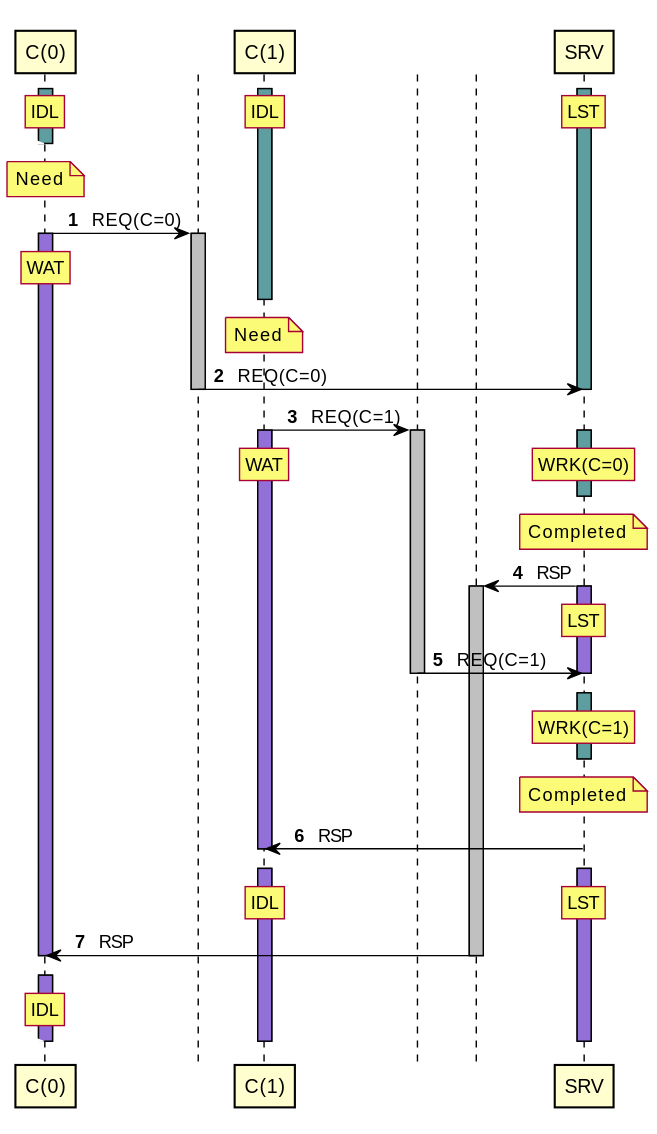
Earlier version of the PlantUML export tests/expected/test_clients_server/sequence.svg (orenbenkiki/total-space).
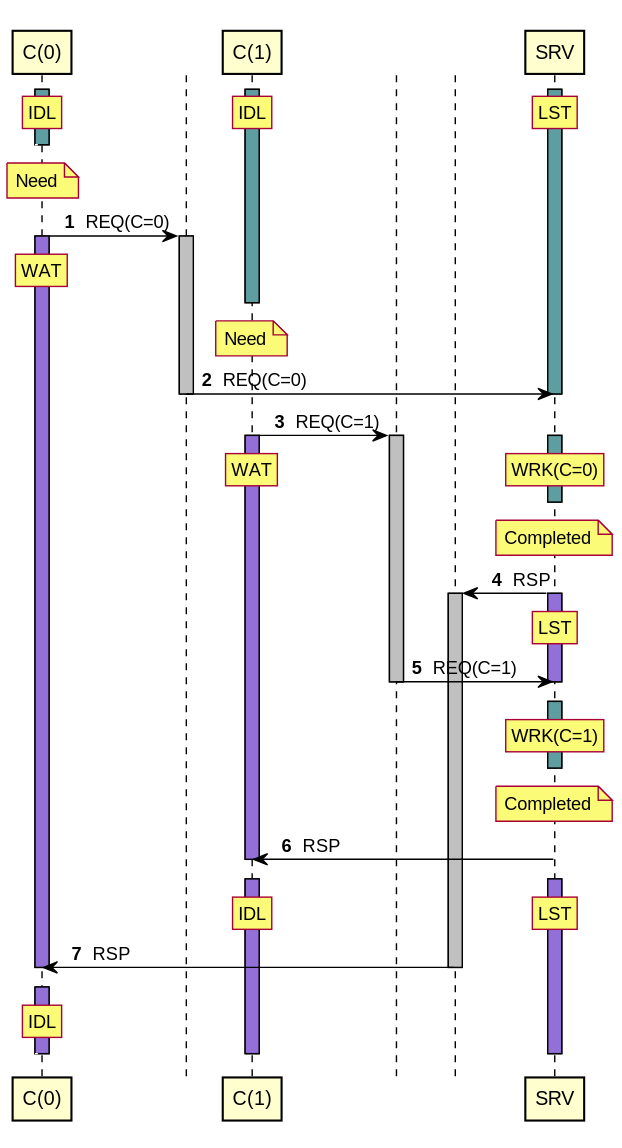
The same diagram one commit later.

What changed in the source:
```diff
@@ -20,7 +20,7 @@
 / rnote over A1 : IDL
 / rnote over A2 : LST
 autonumber stop
-[-[#White]\ A0
+[<[#White]-- A0
 autonumber resume
 deactivate A0
 note over A0 : Need
@@ -30,7 +30,7 @@
 activate A0 #MediumPurple
 rnote over A0 : WAT
 autonumber stop
-[-[#White]\ A0
+[<[#White]-- A0
 autonumber resume
 deactivate A1
 note over A1 : Need
@@ -45,7 +45,7 @@
 rnote over A1 : WAT
 / rnote over A2 : WRK(C=0)
 autonumber stop
-[-[#White]\ A0
+[<[#White]-- A0
 autonumber resume
 deactivate A2
 note over A2 : Completed
@@ -58,19 +58,19 @@
 deactivate T1
 deactivate A2
 autonumber stop
-[-[#White]\ A0
+[<[#White]-- A0
 autonumber resume
 activate A2 #CadetBlue
 rnote over A2 : WRK(C=1)
 autonumber stop
-[-[#White]\ A0
+[<[#White]-- A0
 autonumber resume
 deactivate A2
 note over A2 : Completed
 A2 -> A1 : RSP
 deactivate A1
 autonumber stop
-[-[#White]\ A0
+[<[#White]-- A0
 autonumber resume
 activate A2 #MediumPurple
 activate A1 #MediumPurple
@@ -80,12 +80,12 @@
 deactivate T2
 deactivate A0
 autonumber stop
-[-[#White]\ A0
+[<[#White]-- A0
 autonumber resume
 activate A0 #MediumPurple
 rnote over A0 : IDL
 autonumber stop
-[-[#White]\ A0
+[<[#White]-- A0
 autonumber resume
 deactivate A0
 deactivate A1
```
